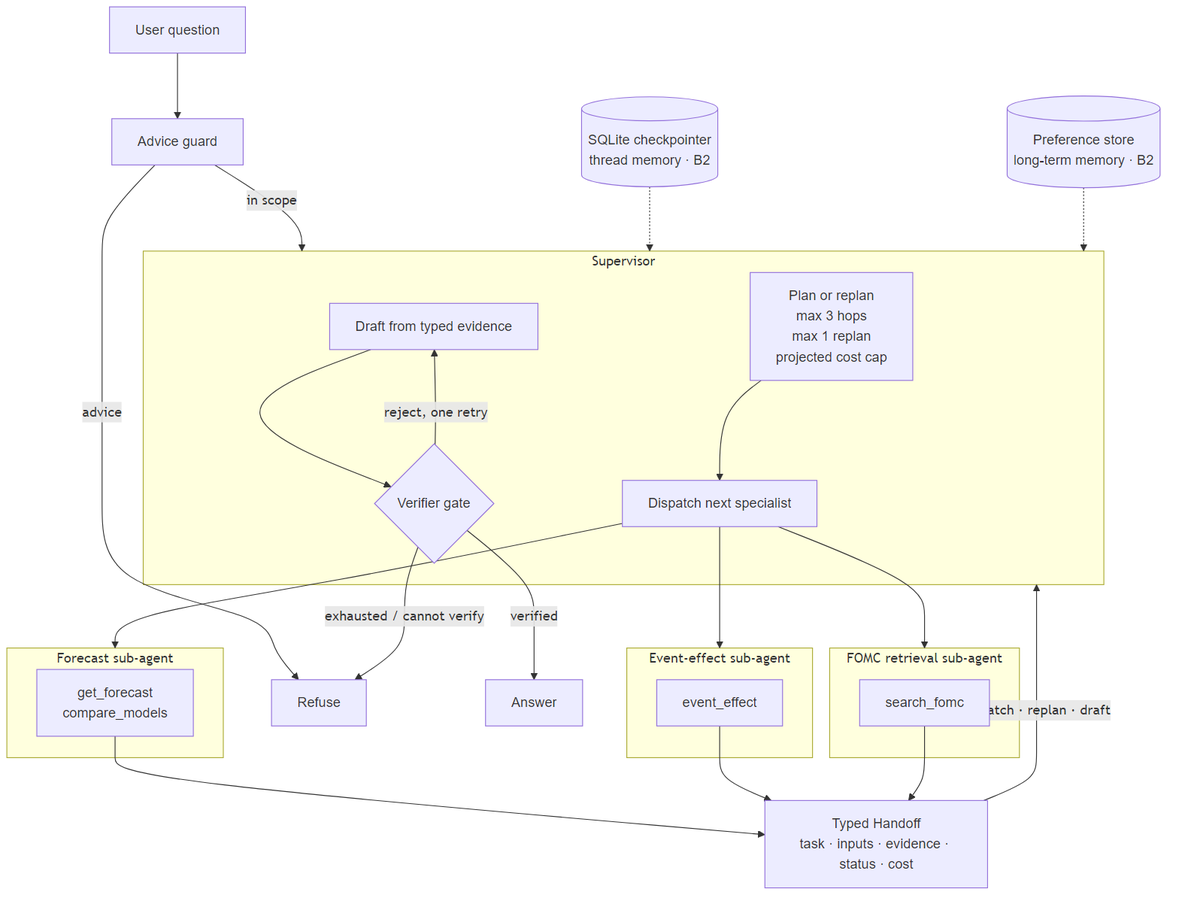
kakali-bandyopadhyay/vol-forecast-lab keeps this Mermaid diagram as figures/diagrams/agent_v2.png. Above is the earlier version. Its source is kept beside it as docs/diagrams/agent_v2.mmd.
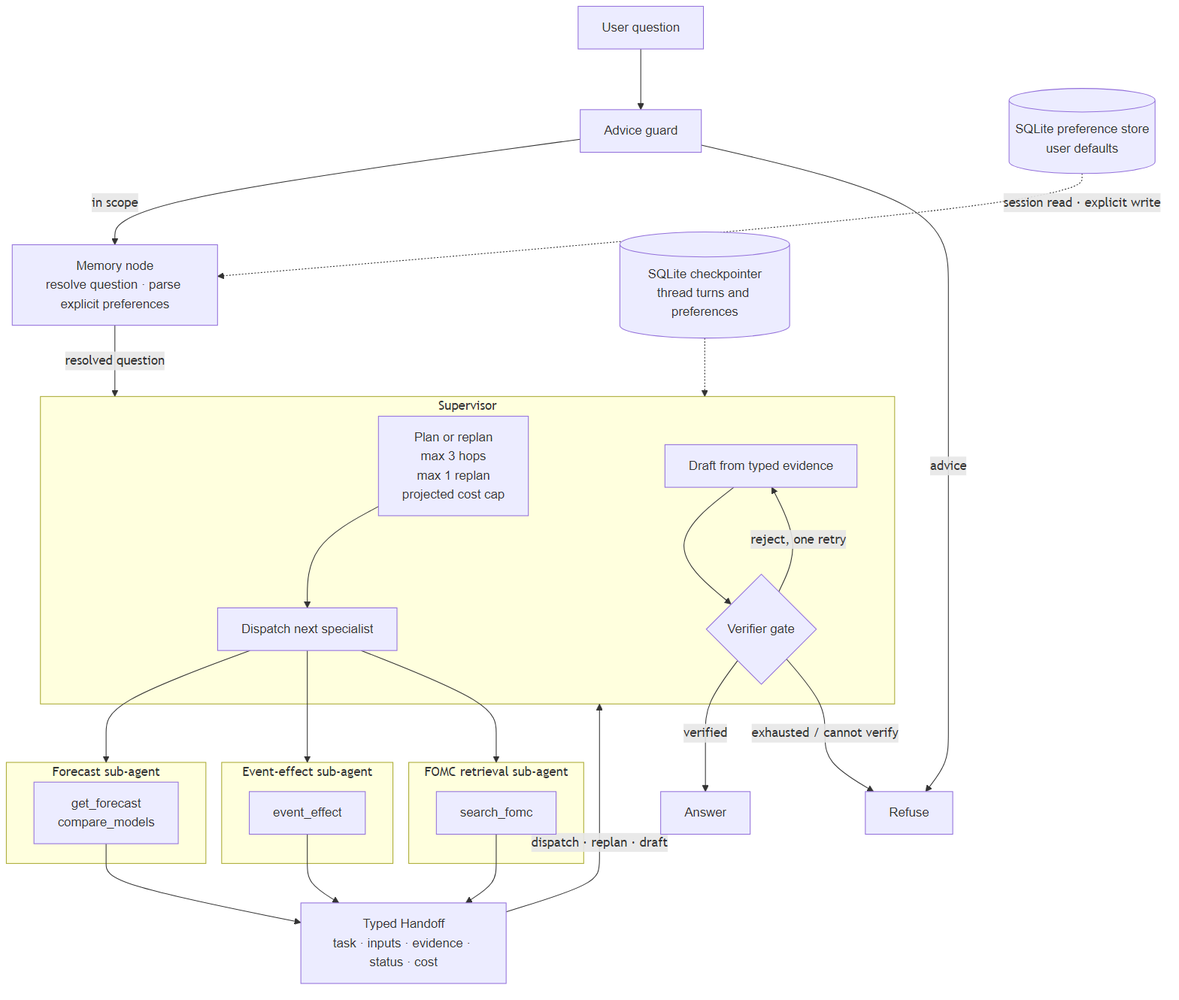
The same file after the commit.

Diff of the diagram source:
```diff
@@ -1,7 +1,8 @@
 flowchart TB
     U[User question] --> G[Advice guard]
-    G -->|in scope| S
+    G -->|in scope| MEM
     G -->|advice| R[Refuse]
+    MEM[Memory node<br/>resolve question · parse explicit preferences] -->|resolved question| S
 
     subgraph S[Supervisor]
         P[Plan or replan<br/>max 3 hops<br/>max 1 replan<br/>projected cost cap]
@@ -32,7 +33,7 @@
     V -->|verified| O[Answer]
     V -->|exhausted / cannot verify| R
 
-    CP[(SQLite checkpointer<br/>thread memory · B2)] -.-> S
-    LS[(Preference store<br/>long-term memory · B2)] -.-> S
+    CP[(SQLite checkpointer<br/>thread turns and preferences)] -.-> S
+    LS[(SQLite preference store<br/>user defaults)] -.->|session read · explicit write| MEM
 
     classDef default font-family:Arial,sans-serif;
```
